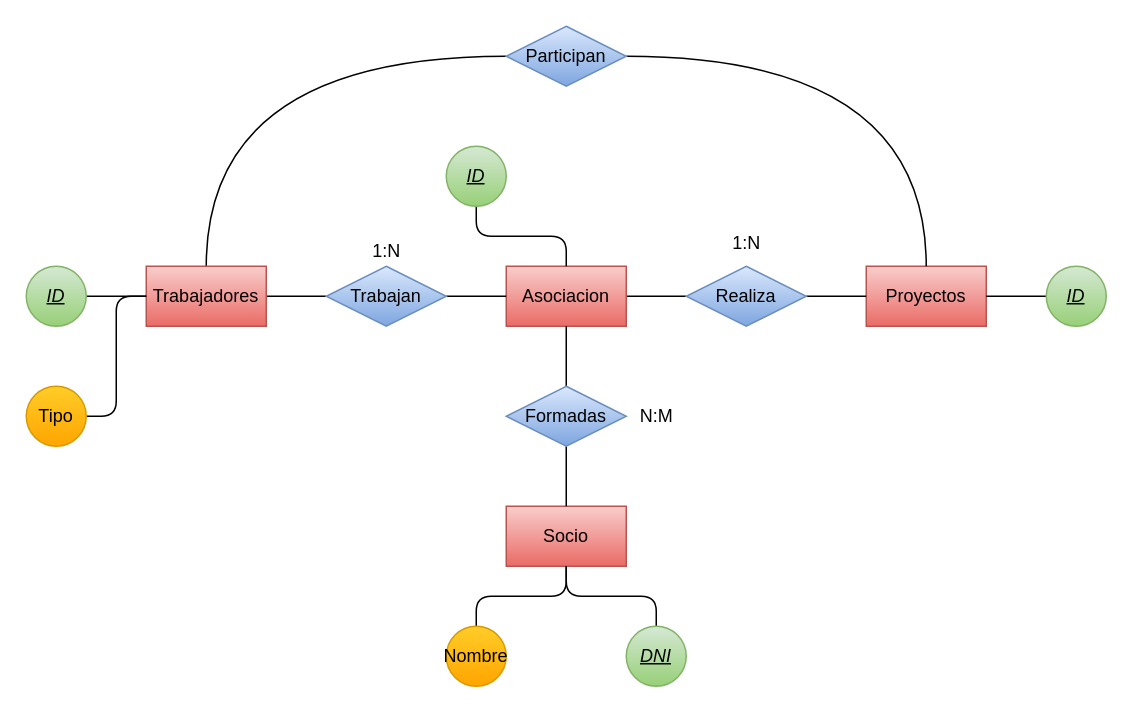
The draw.io diagram BAE/tema1/tareas/ong_repaso.drawio in toninavhd/1-DAW_pt2, before the edit. Source tidied: cells renumbered, new cells numbered last; positions are measured from the earlier drawing's top-left corner, leaving out a move shared by most shapes. Both pictures are drawn from the tidied source at 150%, with x=0, y=0 at pixel (26, 26).
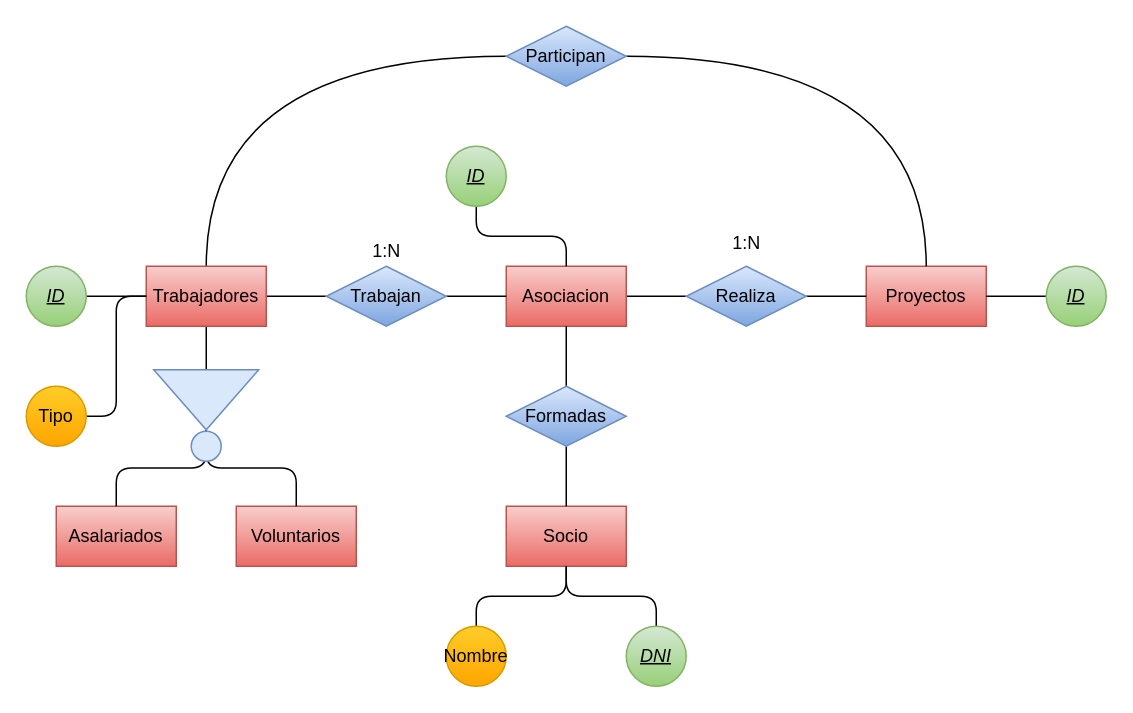
After the change.

Unchanged cells that the change refers to:
```xml
<mxCell id="8" value="Trabajadores" style="rounded=0;whiteSpace=wrap;html=1;fillColor=#f8cecc;gradientColor=#ea6b66;strokeColor=#b85450;" parent="1" vertex="1">
  <mxGeometry x="80" y="160" width="80" height="40" as="geometry" />
</mxCell>
```

The edit, as a diff of the source:
```diff
@@
+    <mxCell id="33" style="edgeStyle=orthogonalEdgeStyle;rounded=0;jettySize=auto;html=1;exitX=0.5;exitY=1;exitDx=0;exitDy=0;endArrow=none;endFill=0;" parent="1" edge="1" source="8" target="38">
+      <mxGeometry relative="1" as="geometry" />
+    </mxCell>
@@
-    <mxCell id="32" value="N:M" style="text;html=1;align=center;verticalAlign=middle;strokeColor=none;fillColor=none;" parent="1" vertex="1">
-      <mxGeometry x="395" y="245" width="50" height="30" as="geometry" />
-    </mxCell>
+    <mxCell id="34" value="Asalariados" style="rounded=0;whiteSpace=wrap;html=1;fillColor=#f8cecc;gradientColor=#ea6b66;strokeColor=#b85450;" parent="1" vertex="1">
+      <mxGeometry x="20" y="320" width="80" height="40" as="geometry" />
+    </mxCell>
+    <mxCell id="35" value="Voluntarios" style="rounded=0;whiteSpace=wrap;html=1;fillColor=#f8cecc;gradientColor=#ea6b66;strokeColor=#b85450;" parent="1" vertex="1">
+      <mxGeometry x="140" y="320" width="80" height="40" as="geometry" />
+    </mxCell>
+    <mxCell id="36" style="edgeStyle=orthogonalEdgeStyle;rounded=1;jettySize=auto;html=1;exitX=1;exitY=0.5;exitDx=0;exitDy=0;entryX=0.5;entryY=0;entryDx=0;entryDy=0;endArrow=none;endFill=0;curved=0;" parent="1" edge="1" source="38" target="34">
+      <mxGeometry relative="1" as="geometry" />
+    </mxCell>
+    <mxCell id="37" style="edgeStyle=orthogonalEdgeStyle;rounded=1;jettySize=auto;html=1;exitX=1;exitY=0.5;exitDx=0;exitDy=0;entryX=0.5;entryY=0;entryDx=0;entryDy=0;endArrow=none;endFill=0;curved=0;" parent="1" edge="1" source="38" target="35">
+      <mxGeometry relative="1" as="geometry" />
+    </mxCell>
+    <mxCell id="38" style="triangle;whiteSpace=wrap;html=1;rotation=90;fillColor=#dae8fc;strokeColor=#6c8ebf;" parent="1" vertex="1">
+      <mxGeometry x="100" y="214" width="40" height="70" as="geometry" />
+    </mxCell>
+    <mxCell id="39" style="edgeStyle=orthogonalEdgeStyle;rounded=0;orthogonalLoop=1;jettySize=auto;html=1;exitX=0.5;exitY=1;exitDx=0;exitDy=0;" parent="1" edge="1" source="35" target="35">
+      <mxGeometry relative="1" as="geometry" />
+    </mxCell>
+    <mxCell id="40" style="ellipse;whiteSpace=wrap;html=1;fillColor=#dae8fc;strokeColor=#6c8ebf;" parent="1" vertex="1">
+      <mxGeometry x="110" y="270" width="20" height="20" as="geometry" />
+    </mxCell>
```
